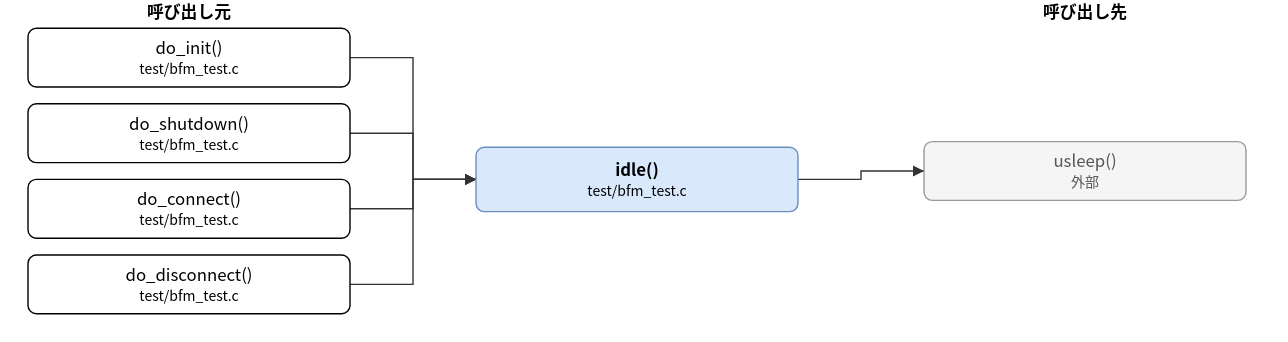
hf355051012-ai/bfmem keeps this draw.io diagram as doc/spec/images/call_test_bfm_test-idle.drawio.svg. Above is the earlier version. Source tidied: cells renumbered, new cells last; positions are measured from the earlier drawing's top-left corner, leaving out a move shared by most shapes. The source it was exported from:
```xml
<mxGraphModel>
  <root>
    <mxCell id="0" />
    <mxCell id="1" parent="0" />
    <mxCell id="2" value="idle()&lt;br&gt;&lt;font style=&quot;font-size:10px&quot;&gt;test/bfm_test.c&lt;/font&gt;" style="rounded=1;whiteSpace=wrap;html=1;fillColor=#dae8fc;strokeColor=#6c8ebf;fontStyle=1;" parent="1" vertex="1">
      <mxGeometry x="320" y="105" width="230" height="46" as="geometry" />
    </mxCell>
    <mxCell id="3" value="do_init()&lt;br&gt;&lt;font style=&quot;font-size:10px&quot;&gt;test/bfm_test.c&lt;/font&gt;" style="rounded=1;whiteSpace=wrap;html=1;" parent="1" vertex="1">
      <mxGeometry y="20" width="230" height="42" as="geometry" />
    </mxCell>
    <mxCell id="4" value="do_shutdown()&lt;br&gt;&lt;font style=&quot;font-size:10px&quot;&gt;test/bfm_test.c&lt;/font&gt;" style="rounded=1;whiteSpace=wrap;html=1;" parent="1" vertex="1">
      <mxGeometry y="74" width="230" height="42" as="geometry" />
    </mxCell>
    <mxCell id="5" value="do_connect()&lt;br&gt;&lt;font style=&quot;font-size:10px&quot;&gt;test/bfm_test.c&lt;/font&gt;" style="rounded=1;whiteSpace=wrap;html=1;" parent="1" vertex="1">
      <mxGeometry y="128" width="230" height="42" as="geometry" />
    </mxCell>
    <mxCell id="6" value="do_disconnect()&lt;br&gt;&lt;font style=&quot;font-size:10px&quot;&gt;test/bfm_test.c&lt;/font&gt;" style="rounded=1;whiteSpace=wrap;html=1;" parent="1" vertex="1">
      <mxGeometry y="182" width="230" height="42" as="geometry" />
    </mxCell>
    <mxCell id="7" value="usleep()&lt;br&gt;&lt;font style=&quot;font-size:10px&quot;&gt;外部&lt;/font&gt;" style="rounded=1;whiteSpace=wrap;html=1;fillColor=#f5f5f5;strokeColor=#999999;fontColor=#555555;" parent="1" vertex="1">
      <mxGeometry x="640" y="101" width="230" height="42" as="geometry" />
    </mxCell>
    <mxCell id="8" style="edgeStyle=none;html=1;rounded=0;endArrow=block;endFill=1;exitX=1.0000;exitY=0.5000;exitDx=0;exitDy=0;exitPerimeter=0;entryX=0.0000;entryY=0.5000;entryDx=0;entryDy=0;entryPerimeter=0;" parent="1" edge="1" source="3" target="2">
      <mxGeometry relative="1" as="geometry">
        <Array as="points">
          <mxPoint x="275" y="41" />
          <mxPoint x="275" y="128" />
        </Array>
      </mxGeometry>
    </mxCell>
    <mxCell id="9" style="edgeStyle=none;html=1;rounded=0;endArrow=block;endFill=1;exitX=1.0000;exitY=0.5000;exitDx=0;exitDy=0;exitPerimeter=0;entryX=0.0000;entryY=0.5000;entryDx=0;entryDy=0;entryPerimeter=0;" parent="1" edge="1" source="4" target="2">
      <mxGeometry relative="1" as="geometry">
        <Array as="points">
          <mxPoint x="275" y="95" />
          <mxPoint x="275" y="128" />
        </Array>
      </mxGeometry>
    </mxCell>
    <mxCell id="10" style="edgeStyle=none;html=1;rounded=0;endArrow=block;endFill=1;exitX=1.0000;exitY=0.5000;exitDx=0;exitDy=0;exitPerimeter=0;entryX=0.0000;entryY=0.5000;entryDx=0;entryDy=0;entryPerimeter=0;" parent="1" edge="1" source="5" target="2">
      <mxGeometry relative="1" as="geometry">
        <Array as="points">
          <mxPoint x="275" y="149" />
          <mxPoint x="275" y="128" />
        </Array>
      </mxGeometry>
    </mxCell>
    <mxCell id="11" style="edgeStyle=none;html=1;rounded=0;endArrow=block;endFill=1;exitX=1.0000;exitY=0.5000;exitDx=0;exitDy=0;exitPerimeter=0;entryX=0.0000;entryY=0.5000;entryDx=0;entryDy=0;entryPerimeter=0;" parent="1" edge="1" source="6" target="2">
      <mxGeometry relative="1" as="geometry">
        <Array as="points">
          <mxPoint x="275" y="203" />
          <mxPoint x="275" y="128" />
        </Array>
      </mxGeometry>
    </mxCell>
    <mxCell id="12" style="edgeStyle=none;html=1;rounded=0;endArrow=block;endFill=1;exitX=1.0000;exitY=0.5000;exitDx=0;exitDy=0;exitPerimeter=0;entryX=0.0000;entryY=0.5000;entryDx=0;entryDy=0;entryPerimeter=0;" parent="1" edge="1" source="2" target="7">
      <mxGeometry relative="1" as="geometry">
        <Array as="points">
          <mxPoint x="595" y="128" />
          <mxPoint x="595" y="122" />
        </Array>
      </mxGeometry>
    </mxCell>
    <mxCell id="13" value="呼び出し元" style="text;html=1;align=center;fontStyle=1;" parent="1" vertex="1">
      <mxGeometry x="35" width="160" height="18" as="geometry" />
    </mxCell>
    <mxCell id="14" value="呼び出し先" style="text;html=1;align=center;fontStyle=1;" parent="1" vertex="1">
      <mxGeometry x="675" width="160" height="18" as="geometry" />
    </mxCell>
  </root>
</mxGraphModel>
```
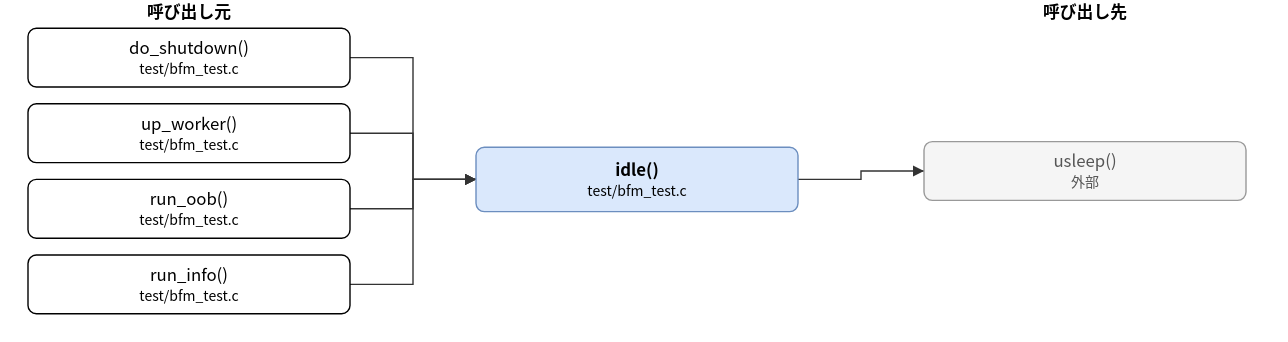
The same file after the commit.

The edit, as a diff of the source:
```diff
@@ -5,16 +5,16 @@
     <mxCell id="2" value="idle()&lt;br&gt;&lt;font style=&quot;font-size:10px&quot;&gt;test/bfm_test.c&lt;/font&gt;" style="rounded=1;whiteSpace=wrap;html=1;fillColor=#dae8fc;strokeColor=#6c8ebf;fontStyle=1;" parent="1" vertex="1">
       <mxGeometry x="320" y="105" width="230" height="46" as="geometry" />
     </mxCell>
-    <mxCell id="3" value="do_init()&lt;br&gt;&lt;font style=&quot;font-size:10px&quot;&gt;test/bfm_test.c&lt;/font&gt;" style="rounded=1;whiteSpace=wrap;html=1;" parent="1" vertex="1">
+    <mxCell id="3" value="do_shutdown()&lt;br&gt;&lt;font style=&quot;font-size:10px&quot;&gt;test/bfm_test.c&lt;/font&gt;" style="rounded=1;whiteSpace=wrap;html=1;" parent="1" vertex="1">
       <mxGeometry y="20" width="230" height="42" as="geometry" />
     </mxCell>
-    <mxCell id="4" value="do_shutdown()&lt;br&gt;&lt;font style=&quot;font-size:10px&quot;&gt;test/bfm_test.c&lt;/font&gt;" style="rounded=1;whiteSpace=wrap;html=1;" parent="1" vertex="1">
+    <mxCell id="4" value="up_worker()&lt;br&gt;&lt;font style=&quot;font-size:10px&quot;&gt;test/bfm_test.c&lt;/font&gt;" style="rounded=1;whiteSpace=wrap;html=1;" parent="1" vertex="1">
       <mxGeometry y="74" width="230" height="42" as="geometry" />
     </mxCell>
-    <mxCell id="5" value="do_connect()&lt;br&gt;&lt;font style=&quot;font-size:10px&quot;&gt;test/bfm_test.c&lt;/font&gt;" style="rounded=1;whiteSpace=wrap;html=1;" parent="1" vertex="1">
+    <mxCell id="5" value="run_oob()&lt;br&gt;&lt;font style=&quot;font-size:10px&quot;&gt;test/bfm_test.c&lt;/font&gt;" style="rounded=1;whiteSpace=wrap;html=1;" parent="1" vertex="1">
       <mxGeometry y="128" width="230" height="42" as="geometry" />
     </mxCell>
-    <mxCell id="6" value="do_disconnect()&lt;br&gt;&lt;font style=&quot;font-size:10px&quot;&gt;test/bfm_test.c&lt;/font&gt;" style="rounded=1;whiteSpace=wrap;html=1;" parent="1" vertex="1">
+    <mxCell id="6" value="run_info()&lt;br&gt;&lt;font style=&quot;font-size:10px&quot;&gt;test/bfm_test.c&lt;/font&gt;" style="rounded=1;whiteSpace=wrap;html=1;" parent="1" vertex="1">
       <mxGeometry y="182" width="230" height="42" as="geometry" />
     </mxCell>
     <mxCell id="7" value="usleep()&lt;br&gt;&lt;font style=&quot;font-size:10px&quot;&gt;外部&lt;/font&gt;" style="rounded=1;whiteSpace=wrap;html=1;fillColor=#f5f5f5;strokeColor=#999999;fontColor=#555555;" parent="1" vertex="1">
```
